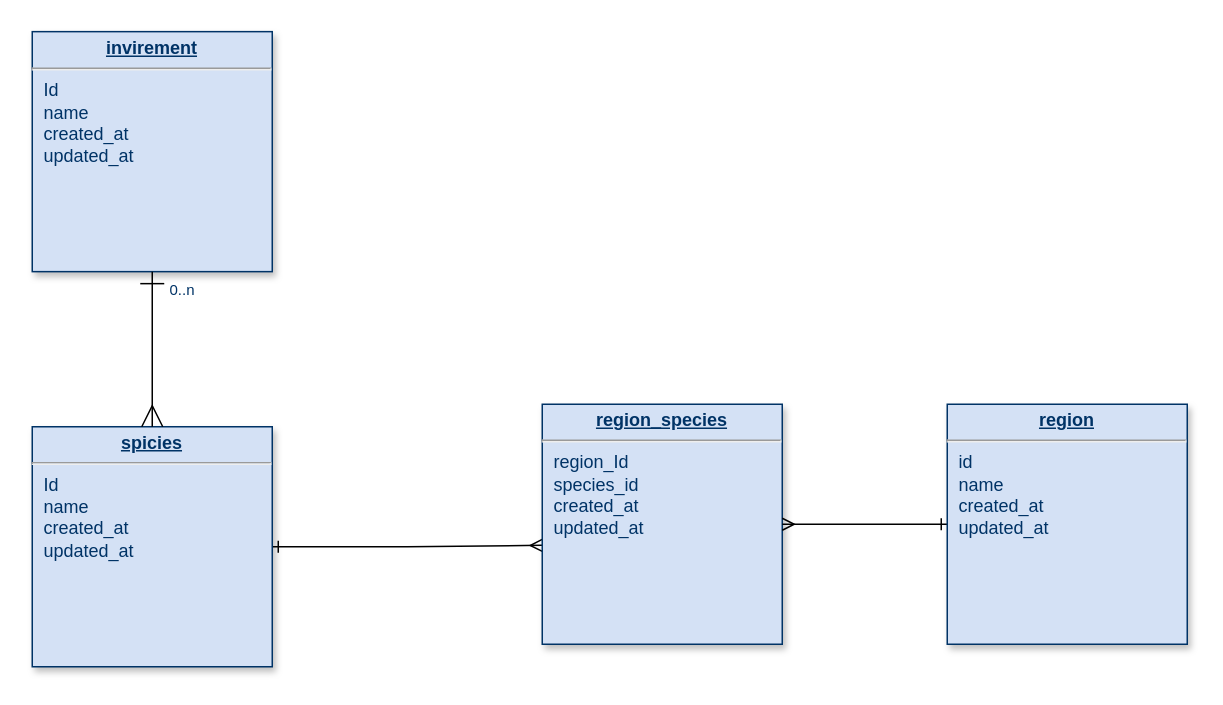
SiyavashTorabi/Aqua-Hunters keeps this draw.io diagram as Untitled Diagram.drawio. Above is the earlier version. Source tidied: cells renumbered, new cells numbered last; positions are measured from the earlier drawing's top-left corner, leaving out a move shared by most shapes. Both pictures are drawn from the tidied source at 150%, with x=0, y=0 at pixel (32, 32).
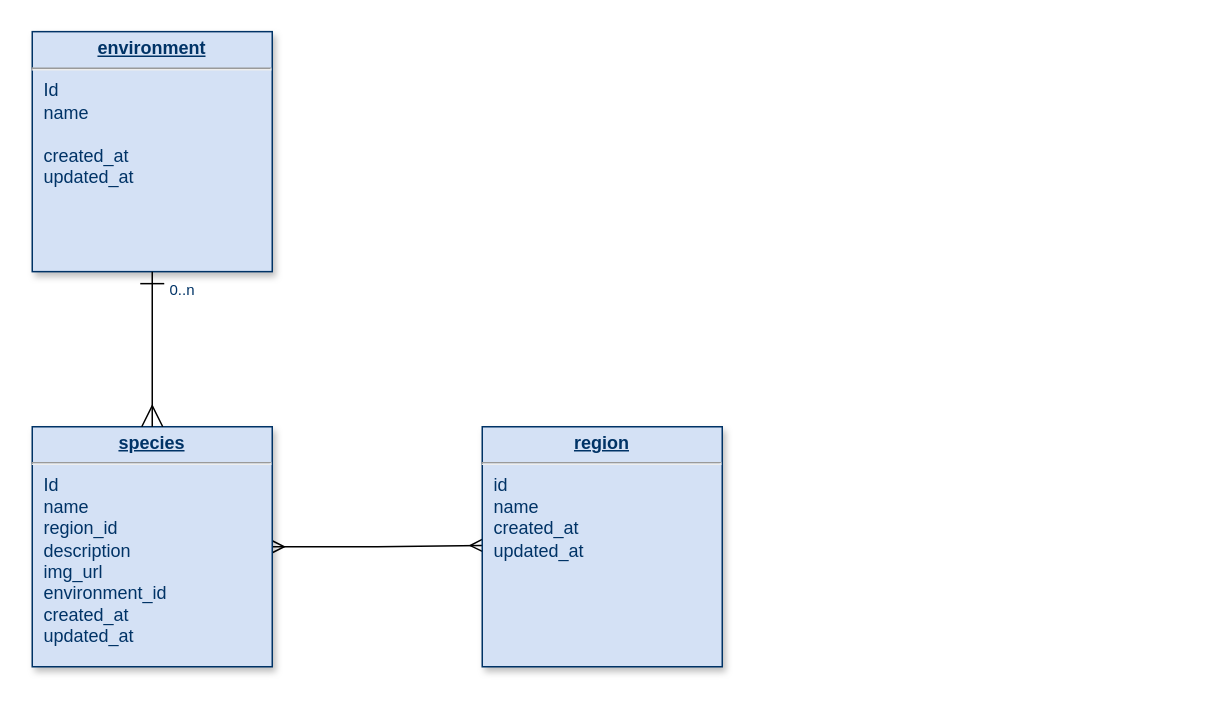
After the change.

Diff of the diagram source:
```diff
@@
 <mxGraphModel>
   <root>
     <mxCell id="0" />
     <mxCell id="1" parent="0" />
-    <mxCell id="2" style="edgeStyle=orthogonalEdgeStyle;rounded=0;jettySize=auto;html=1;entryX=0;entryY=0.588;entryDx=0;entryDy=0;entryPerimeter=0;startArrow=ERone;startFill=0;endArrow=ERmany;endFill=0;" parent="1" edge="1" source="3" target="7">
-      <mxGeometry relative="1" as="geometry" />
+    <mxCell id="2" style="edgeStyle=orthogonalEdgeStyle;rounded=0;jettySize=auto;html=1;entryX=0;entryY=0.588;entryDx=0;entryDy=0;entryPerimeter=0;startArrow=ERmany;startFill=0;endArrow=ERmany;endFill=0;" parent="1" edge="1" source="3">
+      <mxGeometry relative="1" as="geometry">
+        <mxPoint x="300" y="342.1" as="targetPoint" />
+      </mxGeometry>
     </mxCell>
-    <mxCell id="3" value="&lt;p style=&quot;margin: 0px ; margin-top: 4px ; text-align: center ; text-decoration: underline&quot;&gt;&lt;b&gt;spicies&lt;/b&gt;&lt;/p&gt;&lt;hr&gt;&lt;p style=&quot;margin: 0px ; margin-left: 8px&quot;&gt;Id&lt;/p&gt;&lt;p style=&quot;margin: 0px ; margin-left: 8px&quot;&gt;name&lt;/p&gt;&lt;p style=&quot;margin: 0px ; margin-left: 8px&quot;&gt;created_at&lt;/p&gt;&lt;p style=&quot;margin: 0px ; margin-left: 8px&quot;&gt;updated_at&lt;/p&gt;" style="verticalAlign=top;align=left;overflow=fill;fontSize=12;fontFamily=Helvetica;html=1;strokeColor=#003366;shadow=1;fillColor=#D4E1F5;fontColor=#003366;" parent="1" vertex="1">
+    <mxCell id="3" value="&lt;p style=&quot;margin: 0px ; margin-top: 4px ; text-align: center ; text-decoration: underline&quot;&gt;&lt;b&gt;species&lt;/b&gt;&lt;/p&gt;&lt;hr&gt;&lt;p style=&quot;margin: 0px ; margin-left: 8px&quot;&gt;Id&lt;/p&gt;&lt;p style=&quot;margin: 0px ; margin-left: 8px&quot;&gt;name&lt;/p&gt;&lt;p style=&quot;margin: 0px ; margin-left: 8px&quot;&gt;region_id&lt;/p&gt;&lt;p style=&quot;margin: 0px ; margin-left: 8px&quot;&gt;description&lt;/p&gt;&lt;p style=&quot;margin: 0px ; margin-left: 8px&quot;&gt;img_url&lt;/p&gt;&lt;p style=&quot;margin: 0px ; margin-left: 8px&quot;&gt;environment_id&lt;/p&gt;&lt;p style=&quot;margin: 0px ; margin-left: 8px&quot;&gt;created_at&lt;/p&gt;&lt;p style=&quot;margin: 0px ; margin-left: 8px&quot;&gt;updated_at&lt;/p&gt;" style="verticalAlign=top;align=left;overflow=fill;fontSize=12;fontFamily=Helvetica;html=1;strokeColor=#003366;shadow=1;fillColor=#D4E1F5;fontColor=#003366;" parent="1" vertex="1">
       <mxGeometry y="263" width="160" height="160" as="geometry" />
     </mxCell>
-    <mxCell id="4" value="&lt;p style=&quot;margin: 0px ; margin-top: 4px ; text-align: center ; text-decoration: underline&quot;&gt;&lt;b&gt;invirement&lt;/b&gt;&lt;/p&gt;&lt;hr&gt;&lt;p style=&quot;margin: 0px ; margin-left: 8px&quot;&gt;Id&lt;br&gt;&lt;/p&gt;&lt;p style=&quot;margin: 0px ; margin-left: 8px&quot;&gt;name&lt;/p&gt;&lt;p style=&quot;margin: 0px ; margin-left: 8px&quot;&gt;created_at&lt;/p&gt;&lt;p style=&quot;margin: 0px ; margin-left: 8px&quot;&gt;updated_at&lt;/p&gt;" style="verticalAlign=top;align=left;overflow=fill;fontSize=12;fontFamily=Helvetica;html=1;strokeColor=#003366;shadow=1;fillColor=#D4E1F5;fontColor=#003366;" parent="1" vertex="1">
+    <mxCell id="4" value="&lt;p style=&quot;margin: 0px ; margin-top: 4px ; text-align: center ; text-decoration: underline&quot;&gt;&lt;b&gt;environment&lt;/b&gt;&lt;/p&gt;&lt;hr&gt;&lt;p style=&quot;margin: 0px ; margin-left: 8px&quot;&gt;Id&lt;br&gt;&lt;/p&gt;&lt;p style=&quot;margin: 0px ; margin-left: 8px&quot;&gt;name&lt;/p&gt;&lt;p style=&quot;margin: 0px ; margin-left: 8px&quot;&gt;&lt;br&gt;&lt;/p&gt;&lt;p style=&quot;margin: 0px ; margin-left: 8px&quot;&gt;created_at&lt;/p&gt;&lt;p style=&quot;margin: 0px ; margin-left: 8px&quot;&gt;updated_at&lt;/p&gt;" style="verticalAlign=top;align=left;overflow=fill;fontSize=12;fontFamily=Helvetica;html=1;strokeColor=#003366;shadow=1;fillColor=#D4E1F5;fontColor=#003366;" parent="1" vertex="1">
       <mxGeometry y="-0.4" width="160" height="160" as="geometry" />
     </mxCell>
     <mxCell id="5" style="endArrow=ERmany;endSize=12;startArrow=ERone;startSize=14;startFill=0;edgeStyle=orthogonalEdgeStyle;endFill=0;" parent="1" edge="1" source="4" target="3">
       <mxGeometry x="620" y="340" as="geometry" />
     </mxCell>
     <mxCell id="6" value="0..n" style="align=left;verticalAlign=top;labelBackgroundColor=#ffffff;fontSize=10;strokeColor=#003366;shadow=1;fillColor=#D4E1F5;fontColor=#003366;" parent="5" vertex="1">
       <mxGeometry x="-1" relative="1" as="geometry">
         <mxPoint x="10" as="offset" />
       </mxGeometry>
     </mxCell>
-    <mxCell id="7" value="&lt;p style=&quot;margin: 0px ; margin-top: 4px ; text-align: center ; text-decoration: underline&quot;&gt;&lt;b&gt;region_species&lt;/b&gt;&lt;/p&gt;&lt;hr&gt;&lt;p style=&quot;margin: 0px ; margin-left: 8px&quot;&gt;region_Id&lt;/p&gt;&lt;p style=&quot;margin: 0px ; margin-left: 8px&quot;&gt;species_id&lt;/p&gt;&lt;p style=&quot;margin: 0px ; margin-left: 8px&quot;&gt;created_at&lt;/p&gt;&lt;p style=&quot;margin: 0px ; margin-left: 8px&quot;&gt;updated_at&lt;/p&gt;&lt;p style=&quot;margin: 0px ; margin-left: 8px&quot;&gt;&lt;br&gt;&lt;/p&gt;" style="verticalAlign=top;align=left;overflow=fill;fontSize=12;fontFamily=Helvetica;html=1;strokeColor=#003366;shadow=1;fillColor=#D4E1F5;fontColor=#003366;" parent="1" vertex="1">
-      <mxGeometry x="340" y="248" width="160" height="160" as="geometry" />
-    </mxCell>
-    <mxCell id="8" style="edgeStyle=orthogonalEdgeStyle;rounded=0;jettySize=auto;html=1;startArrow=ERone;startFill=0;endArrow=ERmany;endFill=0;" parent="1" edge="1" source="9" target="7">
-      <mxGeometry relative="1" as="geometry" />
-    </mxCell>
     <mxCell id="9" value="&lt;p style=&quot;margin: 0px ; margin-top: 4px ; text-align: center ; text-decoration: underline&quot;&gt;&lt;b&gt;region&lt;/b&gt;&lt;/p&gt;&lt;hr&gt;&lt;p style=&quot;margin: 0px ; margin-left: 8px&quot;&gt;id&lt;/p&gt;&lt;p style=&quot;margin: 0px ; margin-left: 8px&quot;&gt;name&amp;nbsp;&lt;/p&gt;&lt;p style=&quot;margin: 0px ; margin-left: 8px&quot;&gt;created_at&lt;/p&gt;&lt;p style=&quot;margin: 0px ; margin-left: 8px&quot;&gt;updated_at&lt;/p&gt;" style="verticalAlign=top;align=left;overflow=fill;fontSize=12;fontFamily=Helvetica;html=1;strokeColor=#003366;shadow=1;fillColor=#D4E1F5;fontColor=#003366;" parent="1" vertex="1">
-      <mxGeometry x="610" y="248" width="160" height="160" as="geometry" />
+      <mxGeometry x="300" y="263" width="160" height="160" as="geometry" />
     </mxCell>
   </root>
 </mxGraphModel>
```
